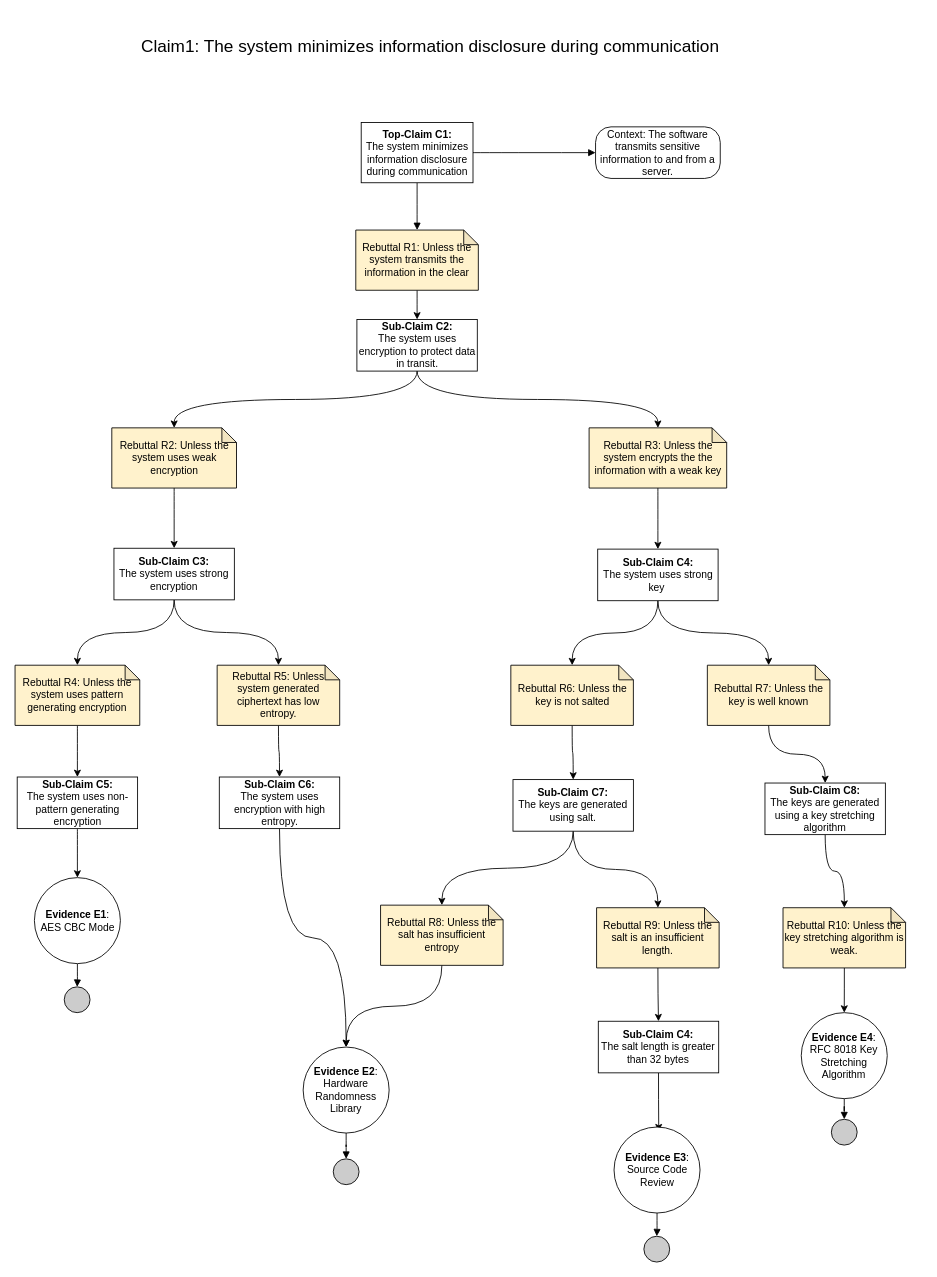
This is AssuranceCase/InfoDisclosure/InfoDisclosure.drawio from DoctorEww/software-assurance, a draw.io file, before an edit. Source tidied: cells renumbered, new cells numbered last; positions are measured from the earlier drawing's top-left corner, leaving out a move shared by most shapes. Both pictures are drawn from the tidied source at 86%, with x=0, y=0 at pixel (15, 15).
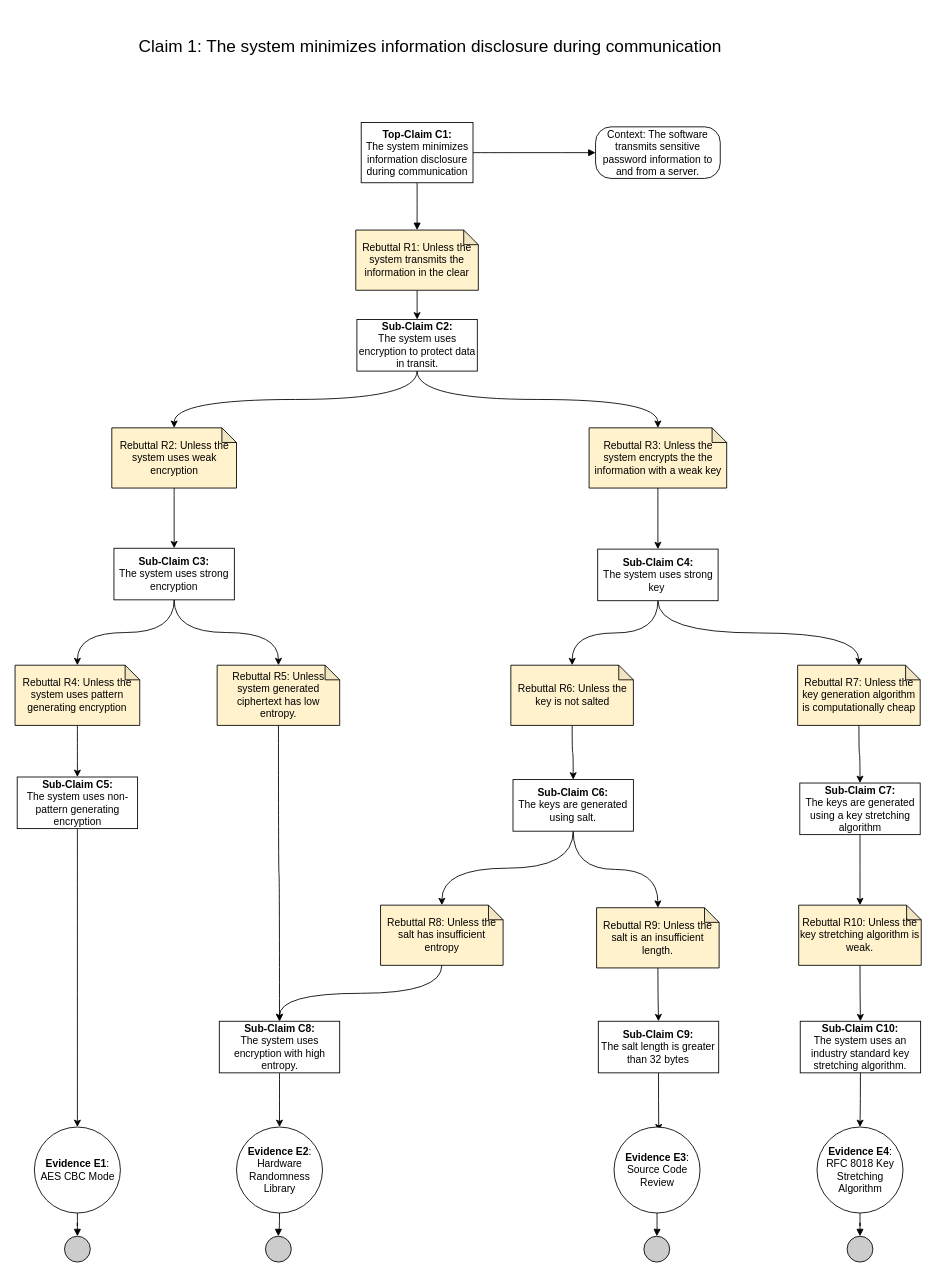
After the change.

Unchanged cells that the change refers to:
```xml
<mxCell id="10" value="&lt;b&gt;Sub-Claim C4:&lt;br&gt;&lt;/b&gt;The system uses strong key&amp;nbsp;" style="rounded=0;whiteSpace=wrap;html=1;" parent="1" vertex="1">
  <mxGeometry x="677.5" y="621" width="140" height="60" as="geometry" />
</mxCell>
<mxCell id="12" value="Rebuttal R5: Unless system generated ciphertext has low entropy." style="shape=note;whiteSpace=wrap;html=1;backgroundOutline=1;darkOpacity=0.05;size=17;fillColor=#FFF2CC;" parent="1" vertex="1">
  <mxGeometry x="235" y="756" width="142.5" height="70" as="geometry" />
</mxCell>
<mxCell id="45" value="Rebuttal R8: Unless the salt has insufficient entropy" style="shape=note;whiteSpace=wrap;html=1;backgroundOutline=1;darkOpacity=0.05;size=17;fillColor=#FFF2CC;" parent="1" vertex="1">
  <mxGeometry x="425" y="1035" width="142.5" height="70" as="geometry" />
</mxCell>
```

What changed in the source:
```diff
@@
-    <mxCell id="5" value="Context: The software transmits sensitive information to and from a server." style="rounded=1;whiteSpace=wrap;html=1;arcSize=30;" parent="1" vertex="1">
+    <mxCell id="5" value="Context: The software transmits sensitive password information to and from a server." style="rounded=1;whiteSpace=wrap;html=1;arcSize=30;" parent="1" vertex="1">
       <mxGeometry x="675" y="130" width="145" height="60" as="geometry" />
     </mxCell>
@@
-    <mxCell id="9" style="edgeStyle=orthogonalEdgeStyle;curved=1;rounded=0;jettySize=auto;html=1;entryX=0.5;entryY=0;entryDx=0;entryDy=0;entryPerimeter=0;" parent="1" edge="1" source="10" target="32">
+    <mxCell id="9" style="edgeStyle=orthogonalEdgeStyle;curved=1;rounded=0;jettySize=auto;html=1;entryX=0.5;entryY=0;entryDx=0;entryDy=0;entryPerimeter=0;exitX=0.5;exitY=1;exitDx=0;exitDy=0;" parent="1" edge="1" source="10" target="32">
       <mxGeometry relative="1" as="geometry" />
     </mxCell>
@@
-    <mxCell id="11" style="edgeStyle=orthogonalEdgeStyle;curved=1;rounded=0;jettySize=auto;html=1;" parent="1" edge="1" source="12" target="14">
+    <mxCell id="11" style="edgeStyle=orthogonalEdgeStyle;curved=1;rounded=0;jettySize=auto;html=1;endArrow=classic;endFill=1;" parent="1" edge="1" source="12" target="14">
       <mxGeometry relative="1" as="geometry" />
     </mxCell>
@@
-    <mxCell id="14" value="&lt;b&gt;Sub-Claim C6:&lt;br&gt;&lt;/b&gt;The system uses encryption with high entropy." style="rounded=0;whiteSpace=wrap;html=1;" parent="1" vertex="1">
-      <mxGeometry x="237.5" y="886" width="140" height="60" as="geometry" />
+    <mxCell id="14" value="&lt;b&gt;Sub-Claim C8:&lt;br&gt;&lt;/b&gt;The system uses encryption with high entropy." style="rounded=0;whiteSpace=wrap;html=1;" parent="1" vertex="1">
+      <mxGeometry x="237.5" y="1170" width="140" height="60" as="geometry" />
     </mxCell>
@@
-    <mxCell id="32" value="Rebuttal R7: Unless the key is well known" style="shape=note;whiteSpace=wrap;html=1;backgroundOutline=1;darkOpacity=0.05;size=17;fillColor=#FFF2CC;" parent="1" vertex="1">
-      <mxGeometry x="805" y="756" width="142.5" height="70" as="geometry" />
+    <mxCell id="32" value="Rebuttal R7: Unless the key generation algorithm is computationally cheap" style="shape=note;whiteSpace=wrap;html=1;backgroundOutline=1;darkOpacity=0.05;size=17;fillColor=#FFF2CC;" parent="1" vertex="1">
+      <mxGeometry x="910" y="756" width="142.5" height="70" as="geometry" />
     </mxCell>
@@
-    <mxCell id="35" value="&lt;b&gt;Sub-Claim C7:&lt;br&gt;&lt;/b&gt;The keys are generated using salt." style="rounded=0;whiteSpace=wrap;html=1;" parent="1" vertex="1">
+    <mxCell id="35" value="&lt;b&gt;Sub-Claim C6:&lt;br&gt;&lt;/b&gt;The keys are generated using salt." style="rounded=0;whiteSpace=wrap;html=1;" parent="1" vertex="1">
       <mxGeometry x="579" y="889" width="140" height="60" as="geometry" />
     </mxCell>
@@
-    <mxCell id="37" value="&lt;b&gt;Sub-Claim C8:&lt;br&gt;&lt;/b&gt;The keys are generated using a key stretching algorithm" style="rounded=0;whiteSpace=wrap;html=1;" parent="1" vertex="1">
-      <mxGeometry x="872" y="893" width="140" height="60" as="geometry" />
+    <mxCell id="37" value="&lt;b&gt;Sub-Claim C7:&lt;br&gt;&lt;/b&gt;The keys are generated using a key stretching algorithm" style="rounded=0;whiteSpace=wrap;html=1;" parent="1" vertex="1">
+      <mxGeometry x="912.5" y="893" width="140" height="60" as="geometry" />
     </mxCell>
-    <mxCell id="38" style="edgeStyle=orthogonalEdgeStyle;curved=1;rounded=0;jettySize=auto;html=1;" parent="1" edge="1" source="39" target="50">
+    <mxCell id="38" style="edgeStyle=orthogonalEdgeStyle;curved=1;rounded=0;jettySize=auto;html=1;entryX=0.5;entryY=0;entryDx=0;entryDy=0;" parent="1" edge="1" source="39" target="60">
       <mxGeometry relative="1" as="geometry" />
     </mxCell>
     <mxCell id="39" value="Rebuttal R10: Unless the key stretching algorithm is weak." style="shape=note;whiteSpace=wrap;html=1;backgroundOutline=1;darkOpacity=0.05;size=17;fillColor=#FFF2CC;" parent="1" vertex="1">
-      <mxGeometry x="893" y="1038" width="142.5" height="70" as="geometry" />
+      <mxGeometry x="911.2" y="1035" width="142.5" height="70" as="geometry" />
     </mxCell>
@@
-    <mxCell id="43" value="&lt;b&gt;Sub-Claim C4:&lt;br&gt;&lt;/b&gt;The salt length is greater than 32 bytes" style="rounded=0;whiteSpace=wrap;html=1;" parent="1" vertex="1">
+    <mxCell id="43" value="&lt;b&gt;Sub-Claim C9:&lt;br&gt;&lt;/b&gt;The salt length is greater than 32 bytes" style="rounded=0;whiteSpace=wrap;html=1;" parent="1" vertex="1">
       <mxGeometry x="678.2" y="1170" width="140" height="60" as="geometry" />
     </mxCell>
-    <mxCell id="44" style="edgeStyle=orthogonalEdgeStyle;curved=1;rounded=0;jettySize=auto;html=1;" parent="1" edge="1" source="45" target="47">
-      <mxGeometry relative="1" as="geometry" />
-    </mxCell>
@@
     <mxCell id="47" value="&lt;b&gt;Evidence E2&lt;/b&gt;:&lt;br&gt;Hardware Randomness Library" style="ellipse;whiteSpace=wrap;html=1;fillColor=#ffffff;rounded=0;" parent="1" vertex="1">
-      <mxGeometry x="335" y="1200" width="100" height="100" as="geometry" />
+      <mxGeometry x="257.5" y="1293" width="100" height="100" as="geometry" />
     </mxCell>
     <mxCell id="48" style="ellipse;whiteSpace=wrap;html=1;fillColor=#CCCCCC;" parent="1" vertex="1">
-      <mxGeometry x="370" y="1330" width="30" height="30" as="geometry" />
+      <mxGeometry x="291.2" y="1420" width="30" height="30" as="geometry" />
     </mxCell>
@@
     <mxCell id="50" value="&lt;b&gt;Evidence E4&lt;/b&gt;:&lt;br&gt;RFC 8018 Key Stretching Algorithm" style="ellipse;whiteSpace=wrap;html=1;fillColor=#ffffff;rounded=0;" parent="1" vertex="1">
-      <mxGeometry x="914.2" y="1160" width="100" height="100" as="geometry" />
+      <mxGeometry x="932.5" y="1293" width="100" height="100" as="geometry" />
     </mxCell>
     <mxCell id="51" style="ellipse;whiteSpace=wrap;html=1;fillColor=#CCCCCC;" parent="1" vertex="1">
-      <mxGeometry x="949.2" y="1284" width="30" height="30" as="geometry" />
+      <mxGeometry x="967.5" y="1420" width="30" height="30" as="geometry" />
     </mxCell>
@@
     <mxCell id="56" value="&lt;div&gt;&lt;b&gt;Evidence E1&lt;/b&gt;:&lt;/div&gt;AES CBC Mode" style="ellipse;whiteSpace=wrap;html=1;fillColor=#ffffff;rounded=0;" parent="1" vertex="1">
-      <mxGeometry x="22.5" y="1003" width="100" height="100" as="geometry" />
+      <mxGeometry x="22.5" y="1293" width="100" height="100" as="geometry" />
     </mxCell>
     <mxCell id="57" style="ellipse;whiteSpace=wrap;html=1;fillColor=#CCCCCC;" parent="1" vertex="1">
-      <mxGeometry x="57.2" y="1130" width="30" height="30" as="geometry" />
+      <mxGeometry x="57.5" y="1420" width="30" height="30" as="geometry" />
     </mxCell>
-    <mxCell id="58" value="&lt;font style=&quot;font-size: 20px&quot;&gt;Claim1: The system minimizes information disclosure during communication&lt;/font&gt;" style="text;html=1;strokeColor=none;fillColor=none;align=center;verticalAlign=middle;whiteSpace=wrap;rounded=0;" parent="1" vertex="1">
+    <mxCell id="58" value="&lt;font style=&quot;font-size: 20px&quot;&gt;Claim 1: The system minimizes information disclosure during communication&lt;/font&gt;" style="text;html=1;strokeColor=none;fillColor=none;align=center;verticalAlign=middle;whiteSpace=wrap;rounded=0;" parent="1" vertex="1">
       <mxGeometry x="112.5" width="740" height="70" as="geometry" />
     </mxCell>
+    <mxCell id="59" style="edgeStyle=orthogonalEdgeStyle;curved=1;rounded=0;jettySize=auto;html=1;endArrow=classic;endFill=1;exitX=0.5;exitY=1;exitDx=0;exitDy=0;exitPerimeter=0;entryX=0.5;entryY=0;entryDx=0;entryDy=0;" parent="1" edge="1" source="45" target="14">
+      <mxGeometry relative="1" as="geometry" />
+    </mxCell>
+    <mxCell id="60" value="&lt;b&gt;Sub-Claim C10:&lt;br&gt;&lt;/b&gt;The system uses an industry standard key stretching algorithm." style="rounded=0;whiteSpace=wrap;html=1;" parent="1" vertex="1">
+      <mxGeometry x="913" y="1170" width="140" height="60" as="geometry" />
+    </mxCell>
+    <mxCell id="61" style="edgeStyle=orthogonalEdgeStyle;curved=1;rounded=0;jettySize=auto;html=1;exitX=0.5;exitY=1;exitDx=0;exitDy=0;entryX=0.5;entryY=0;entryDx=0;entryDy=0;" parent="1" edge="1" source="60" target="50">
+      <mxGeometry relative="1" as="geometry" />
+    </mxCell>
```
